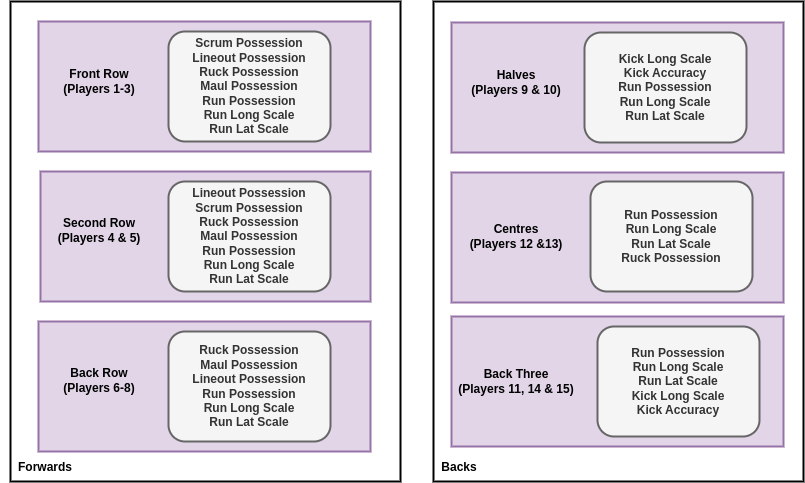
umbralcalc/worlds-of-observation keeps this draw.io diagram as images/rugby-player-abilities.drawio.png. Above is the earlier version. Source tidied: cells renumbered, new cells last; positions are measured from the earlier drawing's top-left corner, leaving out a move shared by most shapes.
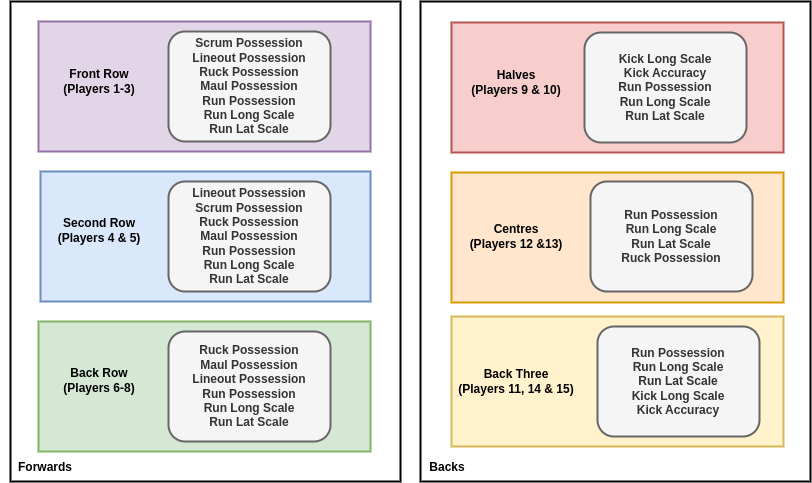
The same file after the commit.

The edit, as a diff of the source:
```diff
@@ -14,13 +14,13 @@
     <mxCell id="5" value="&lt;b style=&quot;border-color: var(--border-color);&quot;&gt;Scrum Possession&lt;br style=&quot;border-color: var(--border-color);&quot;&gt;Lineout Possession&lt;br style=&quot;border-color: var(--border-color);&quot;&gt;Ruck Possession&lt;br style=&quot;border-color: var(--border-color);&quot;&gt;Maul Possession&lt;br&gt;&lt;/b&gt;&lt;b&gt;Run Possession&lt;br&gt;Run Long Scale&lt;br&gt;Run Lat Scale&lt;br&gt;&lt;/b&gt;" style="rounded=1;whiteSpace=wrap;html=1;strokeWidth=2;fillColor=#f5f5f5;strokeColor=#666666;fontColor=#333333;" parent="1" vertex="1">
       <mxGeometry x="168" y="30" width="162" height="110" as="geometry" />
     </mxCell>
-    <mxCell id="6" style="rounded=0;whiteSpace=wrap;html=1;fillColor=#e1d5e7;strokeColor=#9673a6;strokeWidth=2;" parent="1" vertex="1">
+    <mxCell id="6" style="rounded=0;whiteSpace=wrap;html=1;fillColor=#dae8fc;strokeColor=#6c8ebf;strokeWidth=2;" parent="1" vertex="1">
       <mxGeometry x="40" y="170" width="330" height="130" as="geometry" />
     </mxCell>
     <mxCell id="7" value="&lt;b&gt;Second Row&lt;br&gt;(Players 4 &amp;amp; 5)&lt;br&gt;&lt;/b&gt;" style="text;html=1;strokeColor=none;fillColor=none;align=center;verticalAlign=middle;whiteSpace=wrap;rounded=0;" parent="1" vertex="1">
       <mxGeometry x="54" y="214" width="90" height="30" as="geometry" />
     </mxCell>
-    <mxCell id="8" style="rounded=0;whiteSpace=wrap;html=1;fillColor=#e1d5e7;strokeColor=#9673a6;strokeWidth=2;" parent="1" vertex="1">
+    <mxCell id="8" style="rounded=0;whiteSpace=wrap;html=1;fillColor=#d5e8d4;strokeColor=#82b366;strokeWidth=2;" parent="1" vertex="1">
       <mxGeometry x="38" y="320" width="332" height="130" as="geometry" />
     </mxCell>
     <mxCell id="9" value="&lt;b&gt;Back Row&lt;br&gt;(Players 6-8)&lt;br&gt;&lt;/b&gt;" style="text;html=1;strokeColor=none;fillColor=none;align=center;verticalAlign=middle;whiteSpace=wrap;rounded=0;" parent="1" vertex="1">
@@ -30,24 +30,24 @@
       <mxGeometry y="451" width="90" height="30" as="geometry" />
     </mxCell>
     <mxCell id="11" style="rounded=0;whiteSpace=wrap;html=1;strokeWidth=2;" parent="1" vertex="1">
-      <mxGeometry x="433" width="370" height="480" as="geometry" />
+      <mxGeometry x="420" width="390" height="480" as="geometry" />
     </mxCell>
-    <mxCell id="12" style="rounded=0;whiteSpace=wrap;html=1;fillColor=#e1d5e7;strokeColor=#9673a6;strokeWidth=2;" parent="1" vertex="1">
+    <mxCell id="12" style="rounded=0;whiteSpace=wrap;html=1;fillColor=#ffe6cc;strokeColor=#d79b00;strokeWidth=2;" parent="1" vertex="1">
       <mxGeometry x="451" y="171" width="332" height="130" as="geometry" />
     </mxCell>
     <mxCell id="13" value="&lt;b&gt;Centres&lt;br&gt;(Players 12 &amp;amp;13)&lt;br&gt;&lt;/b&gt;" style="text;html=1;strokeColor=none;fillColor=none;align=center;verticalAlign=middle;whiteSpace=wrap;rounded=0;" parent="1" vertex="1">
       <mxGeometry x="463" y="219.5" width="106" height="31" as="geometry" />
     </mxCell>
-    <mxCell id="14" style="rounded=0;whiteSpace=wrap;html=1;fillColor=#e1d5e7;strokeColor=#9673a6;strokeWidth=2;" parent="1" vertex="1">
+    <mxCell id="14" style="rounded=0;whiteSpace=wrap;html=1;fillColor=#fff2cc;strokeColor=#d6b656;strokeWidth=2;" parent="1" vertex="1">
       <mxGeometry x="451" y="315" width="332" height="130" as="geometry" />
     </mxCell>
     <mxCell id="15" value="&lt;b&gt;Back Three&lt;br&gt;(Players 11, 14 &amp;amp; 15)&lt;br&gt;&lt;/b&gt;" style="text;html=1;strokeColor=none;fillColor=none;align=center;verticalAlign=middle;whiteSpace=wrap;rounded=0;" parent="1" vertex="1">
       <mxGeometry x="456" y="365" width="120" height="30" as="geometry" />
     </mxCell>
     <mxCell id="16" value="&lt;b&gt;Backs&lt;/b&gt;" style="text;html=1;strokeColor=none;fillColor=none;align=center;verticalAlign=middle;whiteSpace=wrap;rounded=0;" parent="1" vertex="1">
-      <mxGeometry x="414" y="451" width="90" height="30" as="geometry" />
+      <mxGeometry x="402" y="451" width="90" height="30" as="geometry" />
     </mxCell>
-    <mxCell id="17" style="rounded=0;whiteSpace=wrap;html=1;fillColor=#e1d5e7;strokeColor=#9673a6;strokeWidth=2;" parent="1" vertex="1">
+    <mxCell id="17" style="rounded=0;whiteSpace=wrap;html=1;fillColor=#f8cecc;strokeColor=#b85450;strokeWidth=2;" parent="1" vertex="1">
       <mxGeometry x="451" y="21" width="332" height="130" as="geometry" />
     </mxCell>
     <mxCell id="18" value="&lt;b&gt;Halves&lt;br&gt;(Players 9 &amp;amp; 10)&lt;br&gt;&lt;/b&gt;" style="text;html=1;strokeColor=none;fillColor=none;align=center;verticalAlign=middle;whiteSpace=wrap;rounded=0;" parent="1" vertex="1">
```
